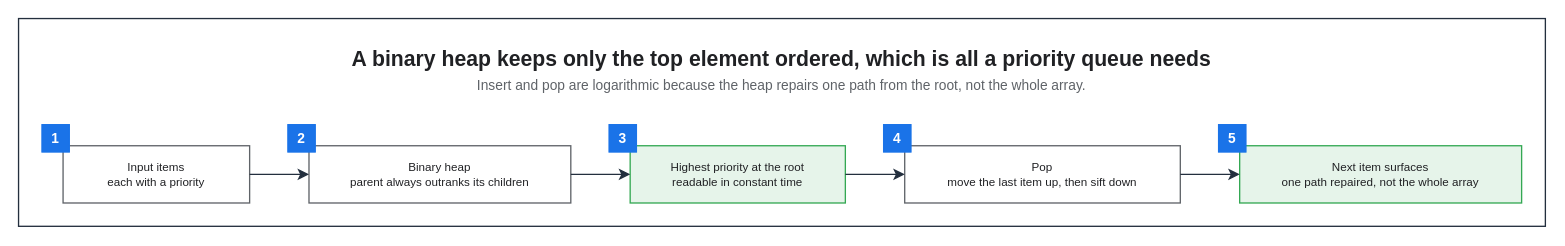
Above: assets/img/data-structures/priority-queue-heap-flow.drawio in KKamJi98/kkamji98.github.io (draw.io), before the change. Source tidied: cells renumbered, new cells numbered last; positions are measured from the earlier drawing's top-left corner, leaving out a move shared by most shapes. Both pictures are drawn from the tidied source at 106%, with x=0, y=0 at pixel (18, 18).
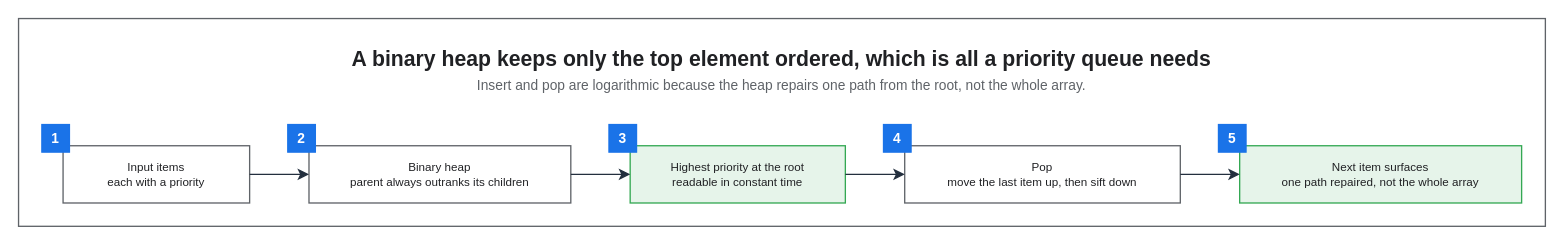
After the change.

Diff of the diagram source:
```diff
@@
 <mxGraphModel background="#FFFFFF">
   <root>
     <mxCell id="0" />
     <mxCell id="1" parent="0" />
-    <mxCell id="2" style="rounded=0;html=0;fillColor=none;strokeColor=#232F3E;fontColor=#202124;strokeWidth=1.25;" parent="1" vertex="1">
+    <mxCell id="2" style="rounded=0;html=0;fillColor=none;strokeColor=#5F6368;fontColor=#202124;strokeWidth=1.25;" parent="1" vertex="1">
       <mxGeometry width="1440.4" height="196" as="geometry" />
     </mxCell>
     <mxCell id="3" value="A binary heap keeps only the top element ordered, which is all a priority queue needs" style="text;html=0;whiteSpace=wrap;fillColor=none;strokeColor=none;fontColor=#202124;fontSize=20;fontStyle=1;align=center;verticalAlign=middle;" parent="1" vertex="1">
       <mxGeometry x="22" y="22" width="1396.4" height="30" as="geometry" />
     </mxCell>
     <mxCell id="4" value="Insert and pop are logarithmic because the heap repairs one path from the root, not the whole array." style="text;html=0;whiteSpace=wrap;fillColor=none;strokeColor=none;fontColor=#5F6368;fontSize=13;fontStyle=0;align=center;verticalAlign=middle;" parent="1" vertex="1">
       <mxGeometry x="22" y="52" width="1396.4" height="22" as="geometry" />
     </mxCell>
     <mxCell id="5" value="Input items&#10;each with a priority" style="rounded=0;whiteSpace=wrap;html=0;fillColor=#FFFFFF;strokeColor=#5F6368;fontColor=#202124;fontSize=11;fontStyle=0;align=center;verticalAlign=middle;spacingLeft=6;spacingRight=6;strokeWidth=1.25;" parent="1" vertex="1">
       <mxGeometry x="42" y="120" width="176" height="54" as="geometry" />
     </mxCell>
     <mxCell id="6" value="Binary heap&#10;parent always outranks its children" style="rounded=0;whiteSpace=wrap;html=0;fillColor=#FFFFFF;strokeColor=#5F6368;fontColor=#202124;fontSize=11;fontStyle=0;align=center;verticalAlign=middle;spacingLeft=6;spacingRight=6;strokeWidth=1.25;" parent="1" vertex="1">
       <mxGeometry x="274" y="120" width="247" height="54" as="geometry" />
     </mxCell>
     <mxCell id="7" value="Highest priority at the root&#10;readable in constant time" style="rounded=0;whiteSpace=wrap;html=0;fillColor=#E6F4EA;strokeColor=#34A853;fontColor=#202124;fontSize=11;fontStyle=0;align=center;verticalAlign=middle;spacingLeft=6;spacingRight=6;strokeWidth=1.25;" parent="1" vertex="1">
       <mxGeometry x="577" y="120" width="203" height="54" as="geometry" />
     </mxCell>
     <mxCell id="8" value="Pop&#10;move the last item up, then sift down" style="rounded=0;whiteSpace=wrap;html=0;fillColor=#FFFFFF;strokeColor=#5F6368;fontColor=#202124;fontSize=11;fontStyle=0;align=center;verticalAlign=middle;spacingLeft=6;spacingRight=6;strokeWidth=1.25;" parent="1" vertex="1">
       <mxGeometry x="836" y="120" width="260" height="54" as="geometry" />
     </mxCell>
     <mxCell id="9" value="Next item surfaces&#10;one path repaired, not the whole array" style="rounded=0;whiteSpace=wrap;html=0;fillColor=#E6F4EA;strokeColor=#34A853;fontColor=#202124;fontSize=11;fontStyle=0;align=center;verticalAlign=middle;spacingLeft=6;spacingRight=6;strokeWidth=1.25;" parent="1" vertex="1">
       <mxGeometry x="1152" y="120" width="266" height="54" as="geometry" />
     </mxCell>
-    <mxCell id="10" value="1" style="rounded=0;whiteSpace=wrap;html=0;fillColor=#1A73E8;strokeColor=#1A73E8;fontColor=#FFFFFF;fontSize=13;fontStyle=1;align=center;verticalAlign=middle;" parent="1" vertex="1">
+    <mxCell id="10" value="1" style="rounded=0;whiteSpace=wrap;html=0;fillColor=#1A73E8;strokeColor=#1A73E8;fontColor=#FFFFFF;fontSize=13;fontStyle=1;align=center;verticalAlign=middle;strokeWidth=1.25;" parent="1" vertex="1">
       <mxGeometry x="22" y="100" width="26" height="26" as="geometry" />
     </mxCell>
-    <mxCell id="11" value="2" style="rounded=0;whiteSpace=wrap;html=0;fillColor=#1A73E8;strokeColor=#1A73E8;fontColor=#FFFFFF;fontSize=13;fontStyle=1;align=center;verticalAlign=middle;" parent="1" vertex="1">
+    <mxCell id="11" value="2" style="rounded=0;whiteSpace=wrap;html=0;fillColor=#1A73E8;strokeColor=#1A73E8;fontColor=#FFFFFF;fontSize=13;fontStyle=1;align=center;verticalAlign=middle;strokeWidth=1.25;" parent="1" vertex="1">
       <mxGeometry x="254" y="100" width="26" height="26" as="geometry" />
     </mxCell>
-    <mxCell id="12" value="3" style="rounded=0;whiteSpace=wrap;html=0;fillColor=#1A73E8;strokeColor=#1A73E8;fontColor=#FFFFFF;fontSize=13;fontStyle=1;align=center;verticalAlign=middle;" parent="1" vertex="1">
+    <mxCell id="12" value="3" style="rounded=0;whiteSpace=wrap;html=0;fillColor=#1A73E8;strokeColor=#1A73E8;fontColor=#FFFFFF;fontSize=13;fontStyle=1;align=center;verticalAlign=middle;strokeWidth=1.25;" parent="1" vertex="1">
       <mxGeometry x="557" y="100" width="26" height="26" as="geometry" />
     </mxCell>
-    <mxCell id="13" value="4" style="rounded=0;whiteSpace=wrap;html=0;fillColor=#1A73E8;strokeColor=#1A73E8;fontColor=#FFFFFF;fontSize=13;fontStyle=1;align=center;verticalAlign=middle;" parent="1" vertex="1">
+    <mxCell id="13" value="4" style="rounded=0;whiteSpace=wrap;html=0;fillColor=#1A73E8;strokeColor=#1A73E8;fontColor=#FFFFFF;fontSize=13;fontStyle=1;align=center;verticalAlign=middle;strokeWidth=1.25;" parent="1" vertex="1">
       <mxGeometry x="816" y="100" width="26" height="26" as="geometry" />
     </mxCell>
-    <mxCell id="14" value="5" style="rounded=0;whiteSpace=wrap;html=0;fillColor=#1A73E8;strokeColor=#1A73E8;fontColor=#FFFFFF;fontSize=13;fontStyle=1;align=center;verticalAlign=middle;" parent="1" vertex="1">
+    <mxCell id="14" value="5" style="rounded=0;whiteSpace=wrap;html=0;fillColor=#1A73E8;strokeColor=#1A73E8;fontColor=#FFFFFF;fontSize=13;fontStyle=1;align=center;verticalAlign=middle;strokeWidth=1.25;" parent="1" vertex="1">
       <mxGeometry x="1132" y="100" width="26" height="26" as="geometry" />
     </mxCell>
     <mxCell id="15" style="edgeStyle=orthogonalEdgeStyle;rounded=0;html=0;strokeColor=#232F3E;strokeWidth=1.25;endArrow=classic;endFill=1;endSize=7;fontSize=11;fontColor=#202124;labelBackgroundColor=none;jettySize=14;exitX=1;exitY=0.5;entryX=0;entryY=0.5;exitDx=0;exitDy=0;entryDx=0;entryDy=0;" parent="1" edge="1" source="5" target="6">
       <mxGeometry relative="1" as="geometry" />
     </mxCell>
     <mxCell id="16" style="edgeStyle=orthogonalEdgeStyle;rounded=0;html=0;strokeColor=#232F3E;strokeWidth=1.25;endArrow=classic;endFill=1;endSize=7;fontSize=11;fontColor=#202124;labelBackgroundColor=none;jettySize=14;exitX=1;exitY=0.5;entryX=0;entryY=0.5;exitDx=0;exitDy=0;entryDx=0;entryDy=0;" parent="1" edge="1" source="6" target="7">
       <mxGeometry relative="1" as="geometry" />
     </mxCell>
     <mxCell id="17" style="edgeStyle=orthogonalEdgeStyle;rounded=0;html=0;strokeColor=#232F3E;strokeWidth=1.25;endArrow=classic;endFill=1;endSize=7;fontSize=11;fontColor=#202124;labelBackgroundColor=none;jettySize=14;exitX=1;exitY=0.5;entryX=0;entryY=0.5;exitDx=0;exitDy=0;entryDx=0;entryDy=0;" parent="1" edge="1" source="7" target="8">
       <mxGeometry relative="1" as="geometry" />
     </mxCell>
     <mxCell id="18" style="edgeStyle=orthogonalEdgeStyle;rounded=0;html=0;strokeColor=#232F3E;strokeWidth=1.25;endArrow=classic;endFill=1;endSize=7;fontSize=11;fontColor=#202124;labelBackgroundColor=none;jettySize=14;exitX=1;exitY=0.5;entryX=0;entryY=0.5;exitDx=0;exitDy=0;entryDx=0;entryDy=0;" parent="1" edge="1" source="8" target="9">
       <mxGeometry relative="1" as="geometry" />
     </mxCell>
   </root>
 </mxGraphModel>
```
